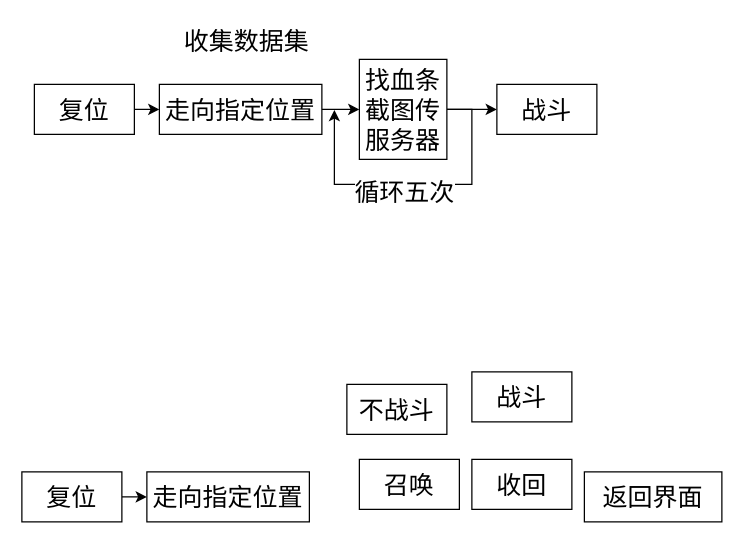
The draw.io diagram 状态机.drawio in lanendiencgr2002/eggkid_mob_spawner, before the edit. Source tidied: cells renumbered, new cells numbered last; positions are measured from the earlier drawing's top-left corner, leaving out a move shared by most shapes. Both pictures are drawn from the tidied source at 125%, with x=0, y=0 at pixel (21, 21).
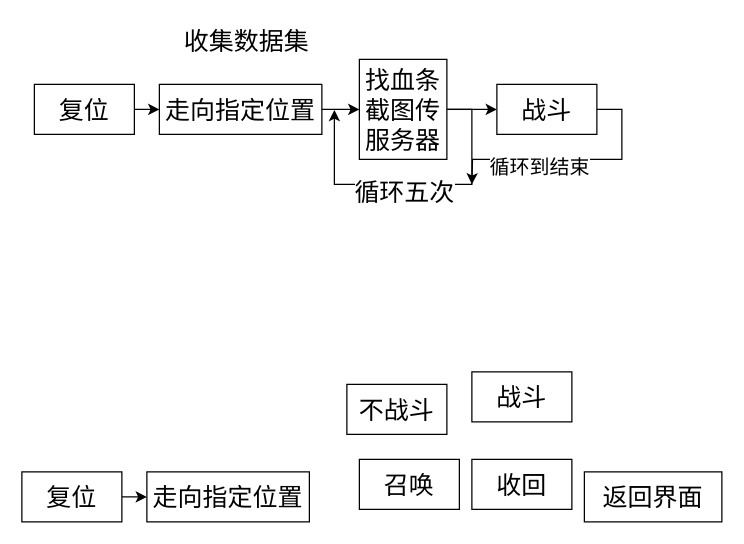
After the change.

Commit message (it also covers changes not shown here):
更新状态机.drawio

Unchanged cells that the change refers to:
```xml
<mxCell id="19" value="&lt;span style=&quot;font-size: 20px;&quot;&gt;战斗&lt;/span&gt;" style="rounded=0;whiteSpace=wrap;html=1;" parent="1" vertex="1">
  <mxGeometry x="380" y="50" width="80" height="40" as="geometry" />
</mxCell>
```

What changed in the source:
```diff
@@
+    <mxCell id="20" style="edgeStyle=orthogonalEdgeStyle;rounded=0;jettySize=auto;html=1;exitX=1;exitY=0.5;exitDx=0;exitDy=0;" parent="1" edge="1" source="19">
+      <mxGeometry relative="1" as="geometry">
+        <mxPoint x="360" y="130" as="targetPoint" />
+      </mxGeometry>
+    </mxCell>
+    <mxCell id="21" value="&lt;font style=&quot;font-size: 16px;&quot;&gt;循环到结束&lt;/font&gt;" style="edgeLabel;html=1;align=center;verticalAlign=middle;" parent="20" vertex="1">
+      <mxGeometry x="0.27" y="5" relative="1" as="geometry" />
+    </mxCell>
```
